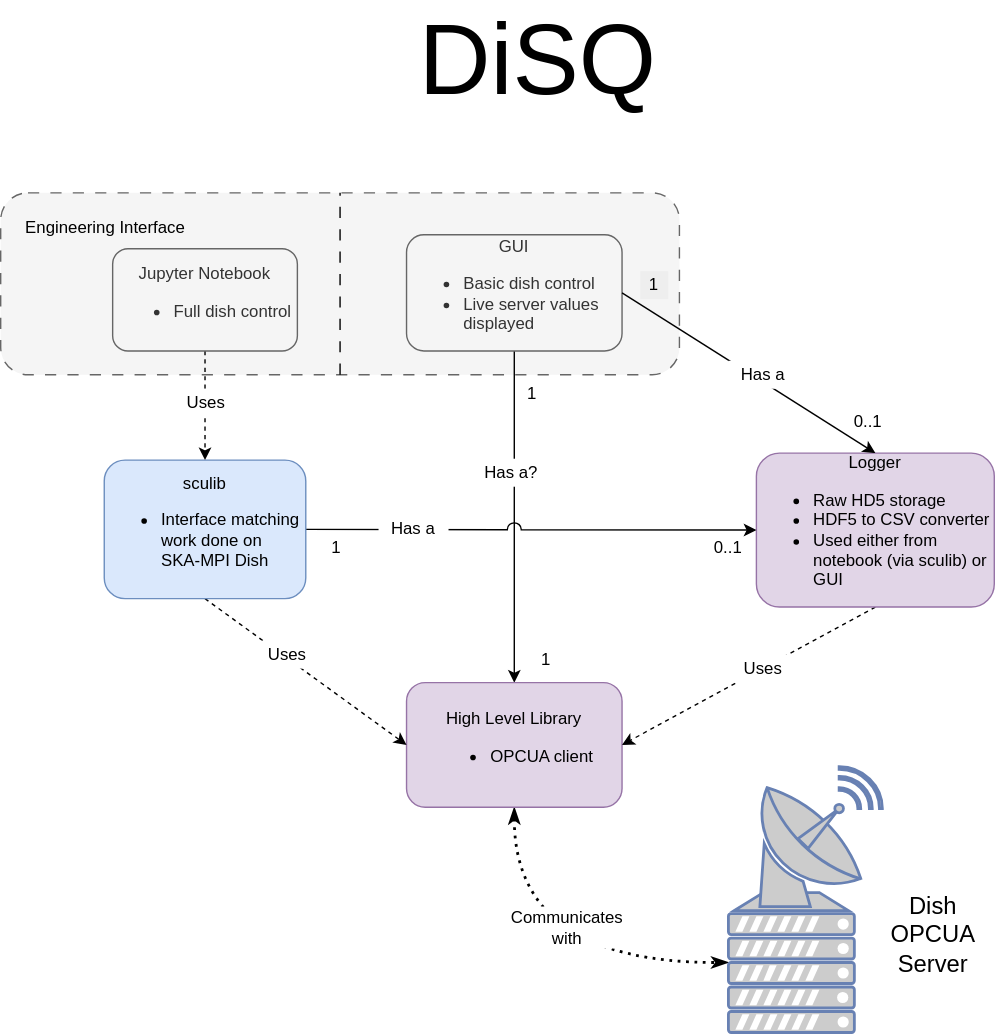
Above: docs/src/img/DiSQ_component_view.svg in ska-telescope/ska-mid-dish-qualification (draw.io), before the change. Source tidied: cells renumbered, new cells last; positions are measured from the earlier drawing's top-left corner, leaving out a move shared by most shapes. Its diagram source:
```xml
<mxGraphModel>
  <root>
    <mxCell id="0" />
    <mxCell id="1" parent="0" />
    <mxCell id="2" style="rounded=1;whiteSpace=wrap;html=1;fillColor=#f5f5f5;dashed=1;dashPattern=8 8;strokeColor=#666666;fontColor=#333333;" parent="1" vertex="1">
      <mxGeometry y="130" width="485" height="130" as="geometry" />
    </mxCell>
    <mxCell id="3" style="edgeStyle=orthogonalEdgeStyle;rounded=0;jettySize=auto;html=1;exitX=0.5;exitY=1;exitDx=0;exitDy=0;entryX=0.5;entryY=0;entryDx=0;entryDy=0;endArrow=classic;endFill=1;" parent="1" edge="1" source="4" target="7">
      <mxGeometry relative="1" as="geometry" />
    </mxCell>
    <mxCell id="4" value="GUI&lt;br&gt;&lt;ul&gt;&lt;li style=&quot;text-align: left;&quot;&gt;Basic dish control&lt;/li&gt;&lt;li style=&quot;text-align: left;&quot;&gt;Live server values displayed&lt;/li&gt;&lt;/ul&gt;" style="rounded=1;whiteSpace=wrap;html=1;fillColor=#f5f5f5;fontColor=#333333;strokeColor=#666666;" parent="1" vertex="1">
      <mxGeometry x="290" y="160" width="154" height="83" as="geometry" />
    </mxCell>
    <mxCell id="5" value="DiSQ" style="text;html=1;strokeColor=none;fillColor=none;align=center;verticalAlign=middle;whiteSpace=wrap;rounded=0;fontSize=71;" parent="1" vertex="1">
      <mxGeometry x="299" width="170" height="70" as="geometry" />
    </mxCell>
    <mxCell id="6" style="edgeStyle=orthogonalEdgeStyle;rounded=0;jettySize=auto;html=1;exitX=0.5;exitY=1;exitDx=0;exitDy=0;entryX=0;entryY=0.5;entryDx=0;entryDy=0;entryPerimeter=0;curved=1;dashed=1;dashPattern=1 2;strokeWidth=2;startArrow=classicThin;startFill=1;endArrow=classicThin;endFill=1;" parent="1" edge="1" source="7" target="22">
      <mxGeometry relative="1" as="geometry" />
    </mxCell>
    <mxCell id="7" value="High Level Library&lt;br&gt;&lt;ul&gt;&lt;li style=&quot;text-align: left;&quot;&gt;OPCUA client&lt;/li&gt;&lt;/ul&gt;" style="rounded=1;whiteSpace=wrap;html=1;fillColor=#e1d5e7;strokeColor=#9673a6;align=center;" parent="1" vertex="1">
      <mxGeometry x="290" y="480" width="154" height="89" as="geometry" />
    </mxCell>
    <mxCell id="8" style="rounded=0;jettySize=auto;html=1;exitX=0.5;exitY=1;exitDx=0;exitDy=0;entryX=1;entryY=0.5;entryDx=0;entryDy=0;dashed=1;" parent="1" edge="1" source="9" target="7">
      <mxGeometry relative="1" as="geometry" />
    </mxCell>
    <mxCell id="9" value="Logger&lt;br&gt;&lt;ul&gt;&lt;li style=&quot;text-align: left;&quot;&gt;Raw HD5 storage&lt;/li&gt;&lt;li style=&quot;text-align: left;&quot;&gt;HDF5 to CSV converter&lt;/li&gt;&lt;li style=&quot;text-align: left;&quot;&gt;Used either from notebook (via sculib) or GUI&lt;/li&gt;&lt;/ul&gt;&lt;div style=&quot;text-align: left;&quot;&gt;&lt;/div&gt;" style="rounded=1;whiteSpace=wrap;html=1;fillColor=#e1d5e7;strokeColor=#9673a6;" parent="1" vertex="1">
      <mxGeometry x="540" y="316" width="170" height="110" as="geometry" />
    </mxCell>
    <mxCell id="10" style="edgeStyle=orthogonalEdgeStyle;rounded=0;jettySize=auto;html=1;exitX=1;exitY=0.5;exitDx=0;exitDy=0;entryX=0;entryY=0.5;entryDx=0;entryDy=0;jumpStyle=arc;endArrow=classic;endFill=1;jumpSize=10;" parent="1" edge="1" source="12" target="9">
      <mxGeometry relative="1" as="geometry" />
    </mxCell>
    <mxCell id="11" style="rounded=0;jettySize=auto;html=1;exitX=0.5;exitY=1;exitDx=0;exitDy=0;entryX=0;entryY=0.5;entryDx=0;entryDy=0;dashed=1;" parent="1" edge="1" source="12" target="7">
      <mxGeometry relative="1" as="geometry" />
    </mxCell>
    <mxCell id="12" value="sculib&lt;br&gt;&lt;ul&gt;&lt;li style=&quot;text-align: left;&quot;&gt;Interface matching work done on SKA-MPI Dish&lt;/li&gt;&lt;/ul&gt;" style="rounded=1;whiteSpace=wrap;html=1;fillColor=#dae8fc;strokeColor=#6c8ebf;" parent="1" vertex="1">
      <mxGeometry x="74" y="321" width="144" height="99" as="geometry" />
    </mxCell>
    <mxCell id="13" style="edgeStyle=orthogonalEdgeStyle;rounded=0;jettySize=auto;html=1;exitX=0.5;exitY=1;exitDx=0;exitDy=0;entryX=0.5;entryY=0;entryDx=0;entryDy=0;dashed=1;" parent="1" edge="1" source="14" target="12">
      <mxGeometry relative="1" as="geometry" />
    </mxCell>
    <mxCell id="14" value="Jupyter Notebook&lt;br&gt;&lt;ul&gt;&lt;li style=&quot;text-align: left;&quot;&gt;Full dish control&lt;/li&gt;&lt;/ul&gt;" style="rounded=1;whiteSpace=wrap;html=1;fillColor=#f5f5f5;fontColor=#333333;strokeColor=#666666;" parent="1" vertex="1">
      <mxGeometry x="80" y="170" width="132" height="73" as="geometry" />
    </mxCell>
    <mxCell id="15" style="endArrow=none;html=1;rounded=0;entryX=1;entryY=0.5;entryDx=0;entryDy=0;exitX=0.5;exitY=0;exitDx=0;exitDy=0;endFill=0;startArrow=classic;startFill=1;" parent="1" edge="1" source="9" target="4">
      <mxGeometry relative="1" as="geometry" />
    </mxCell>
    <mxCell id="16" value="Engineering Interface" style="text;html=1;strokeColor=none;fillColor=none;align=center;verticalAlign=middle;whiteSpace=wrap;rounded=0;" parent="1" vertex="1">
      <mxGeometry x="10" y="140" width="130" height="30" as="geometry" />
    </mxCell>
    <mxCell id="17" value="Has a" style="text;html=1;strokeColor=none;fillColor=default;align=center;verticalAlign=middle;whiteSpace=wrap;rounded=0;" parent="1" vertex="1">
      <mxGeometry x="520" y="250" width="50" height="20" as="geometry" />
    </mxCell>
    <mxCell id="18" value="Has a?" style="text;html=1;strokeColor=none;fillColor=default;align=center;verticalAlign=middle;whiteSpace=wrap;rounded=0;" parent="1" vertex="1">
      <mxGeometry x="340" y="320" width="50" height="20" as="geometry" />
    </mxCell>
    <mxCell id="19" value="Uses" style="text;html=1;strokeColor=none;fillColor=default;align=center;verticalAlign=middle;whiteSpace=wrap;rounded=0;" parent="1" vertex="1">
      <mxGeometry x="520" y="460" width="50" height="20" as="geometry" />
    </mxCell>
    <mxCell id="20" value="Uses" style="text;html=1;strokeColor=none;fillColor=default;align=center;verticalAlign=middle;whiteSpace=wrap;rounded=0;" parent="1" vertex="1">
      <mxGeometry x="180" y="450" width="50" height="20" as="geometry" />
    </mxCell>
    <mxCell id="21" value="Uses" style="text;html=1;strokeColor=none;fillColor=default;align=center;verticalAlign=middle;whiteSpace=wrap;rounded=0;" parent="1" vertex="1">
      <mxGeometry x="122" y="270" width="50" height="20" as="geometry" />
    </mxCell>
    <mxCell id="22" style="fontColor=#0066CC;verticalAlign=top;verticalLabelPosition=bottom;labelPosition=center;align=center;html=1;outlineConnect=0;fillColor=#CCCCCC;strokeColor=#6881B3;gradientColor=none;gradientDirection=north;strokeWidth=2;shape=mxgraph.networks.server;" parent="1" vertex="1">
      <mxGeometry x="520" y="630" width="90" height="100" as="geometry" />
    </mxCell>
    <mxCell id="23" style="endArrow=none;dashed=1;html=1;rounded=0;dashPattern=8 8;entryX=0.5;entryY=0;entryDx=0;entryDy=0;exitX=0.5;exitY=1;exitDx=0;exitDy=0;" parent="1" edge="1" source="2" target="2">
      <mxGeometry relative="1" as="geometry" />
    </mxCell>
    <mxCell id="24" value="Dish OPCUA Server" style="text;html=1;strokeColor=none;fillColor=none;align=center;verticalAlign=middle;whiteSpace=wrap;rounded=0;fontSize=17;" parent="1" vertex="1">
      <mxGeometry x="630" y="620" width="72.5" height="81" as="geometry" />
    </mxCell>
    <mxCell id="25" style="fontColor=#0066CC;verticalAlign=top;verticalLabelPosition=bottom;labelPosition=center;align=center;html=1;fillColor=#CCCCCC;strokeColor=#6881B3;gradientColor=none;gradientDirection=north;strokeWidth=2;shape=mxgraph.networks.satellite_dish;" parent="1" vertex="1">
      <mxGeometry x="540" y="540" width="90" height="100" as="geometry" />
    </mxCell>
    <mxCell id="26" value="Has a" style="text;html=1;strokeColor=none;fillColor=default;align=center;verticalAlign=middle;whiteSpace=wrap;rounded=0;" parent="1" vertex="1">
      <mxGeometry x="270" y="360" width="50" height="20" as="geometry" />
    </mxCell>
    <mxCell id="27" value="Communicates with" style="text;html=1;strokeColor=none;fillColor=default;align=center;verticalAlign=middle;whiteSpace=wrap;rounded=0;" parent="1" vertex="1">
      <mxGeometry x="370" y="640" width="70" height="30" as="geometry" />
    </mxCell>
    <mxCell id="28" value="1" style="text;html=1;strokeColor=none;fillColor=default;align=center;verticalAlign=middle;whiteSpace=wrap;rounded=0;" parent="1" vertex="1">
      <mxGeometry x="230" y="374" width="20" height="20" as="geometry" />
    </mxCell>
    <mxCell id="29" value="1" style="text;html=1;strokeColor=none;fillColor=default;align=center;verticalAlign=middle;whiteSpace=wrap;rounded=0;" parent="1" vertex="1">
      <mxGeometry x="370" y="264" width="20" height="20" as="geometry" />
    </mxCell>
    <mxCell id="30" value="1" style="text;html=1;strokeColor=none;fillColor=#eeeeee;align=center;verticalAlign=middle;whiteSpace=wrap;rounded=0;" parent="1" vertex="1">
      <mxGeometry x="457" y="186" width="20" height="20" as="geometry" />
    </mxCell>
    <mxCell id="31" value="1" style="text;html=1;strokeColor=none;fillColor=default;align=center;verticalAlign=middle;whiteSpace=wrap;rounded=0;" parent="1" vertex="1">
      <mxGeometry x="380" y="454" width="20" height="20" as="geometry" />
    </mxCell>
    <mxCell id="32" value="0..1" style="text;html=1;strokeColor=none;fillColor=default;align=center;verticalAlign=middle;whiteSpace=wrap;rounded=0;" parent="1" vertex="1">
      <mxGeometry x="510" y="374" width="20" height="20" as="geometry" />
    </mxCell>
    <mxCell id="33" value="0..1" style="text;html=1;strokeColor=none;fillColor=default;align=center;verticalAlign=middle;whiteSpace=wrap;rounded=0;" parent="1" vertex="1">
      <mxGeometry x="610" y="284" width="20" height="20" as="geometry" />
    </mxCell>
  </root>
</mxGraphModel>
```
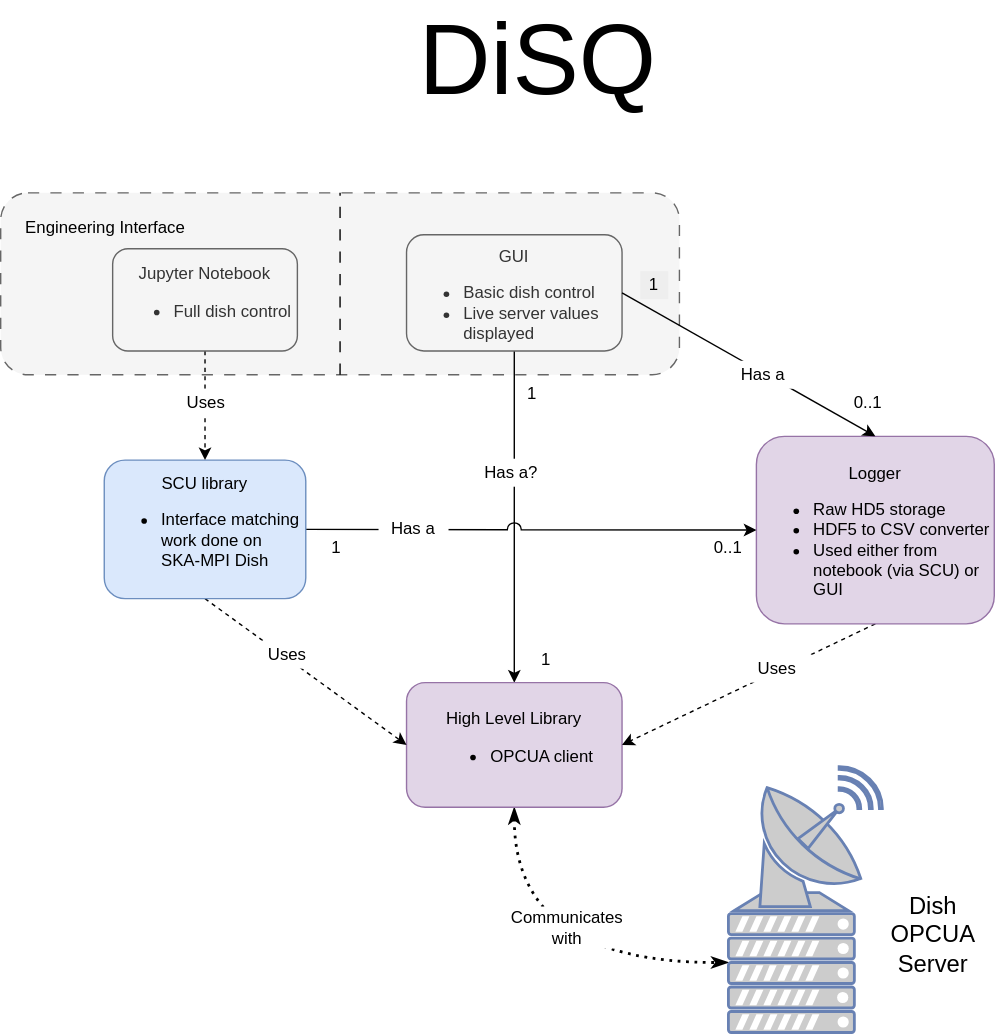
After the change.

Commit message:
WOM-192: Update docs index, headings and add logger autodoc

What changed in the source:
```diff
@@ -8,7 +8,7 @@
     <mxCell id="3" style="edgeStyle=orthogonalEdgeStyle;rounded=0;jettySize=auto;html=1;exitX=0.5;exitY=1;exitDx=0;exitDy=0;entryX=0.5;entryY=0;entryDx=0;entryDy=0;endArrow=classic;endFill=1;" parent="1" edge="1" source="4" target="7">
       <mxGeometry relative="1" as="geometry" />
     </mxCell>
-    <mxCell id="4" value="GUI&lt;br&gt;&lt;ul&gt;&lt;li style=&quot;text-align: left;&quot;&gt;Basic dish control&lt;/li&gt;&lt;li style=&quot;text-align: left;&quot;&gt;Live server values displayed&lt;/li&gt;&lt;/ul&gt;" style="rounded=1;whiteSpace=wrap;html=1;fillColor=#f5f5f5;fontColor=#333333;strokeColor=#666666;" parent="1" vertex="1">
+    <mxCell id="4" value="&lt;br&gt;GUI&lt;br&gt;&lt;ul&gt;&lt;li style=&quot;text-align: left;&quot;&gt;Basic dish control&lt;/li&gt;&lt;li style=&quot;text-align: left;&quot;&gt;Live server values displayed&lt;/li&gt;&lt;/ul&gt;" style="rounded=1;whiteSpace=wrap;html=1;fillColor=#f5f5f5;fontColor=#333333;strokeColor=#666666;" parent="1" vertex="1">
       <mxGeometry x="290" y="160" width="154" height="83" as="geometry" />
     </mxCell>
     <mxCell id="5" value="DiSQ" style="text;html=1;strokeColor=none;fillColor=none;align=center;verticalAlign=middle;whiteSpace=wrap;rounded=0;fontSize=71;" parent="1" vertex="1">
@@ -23,8 +23,8 @@
     <mxCell id="8" style="rounded=0;jettySize=auto;html=1;exitX=0.5;exitY=1;exitDx=0;exitDy=0;entryX=1;entryY=0.5;entryDx=0;entryDy=0;dashed=1;" parent="1" edge="1" source="9" target="7">
       <mxGeometry relative="1" as="geometry" />
     </mxCell>
-    <mxCell id="9" value="Logger&lt;br&gt;&lt;ul&gt;&lt;li style=&quot;text-align: left;&quot;&gt;Raw HD5 storage&lt;/li&gt;&lt;li style=&quot;text-align: left;&quot;&gt;HDF5 to CSV converter&lt;/li&gt;&lt;li style=&quot;text-align: left;&quot;&gt;Used either from notebook (via sculib) or GUI&lt;/li&gt;&lt;/ul&gt;&lt;div style=&quot;text-align: left;&quot;&gt;&lt;/div&gt;" style="rounded=1;whiteSpace=wrap;html=1;fillColor=#e1d5e7;strokeColor=#9673a6;" parent="1" vertex="1">
-      <mxGeometry x="540" y="316" width="170" height="110" as="geometry" />
+    <mxCell id="9" value="&lt;br&gt;Logger&lt;br&gt;&lt;ul&gt;&lt;li style=&quot;text-align: left;&quot;&gt;Raw HD5 storage&lt;/li&gt;&lt;li style=&quot;text-align: left;&quot;&gt;HDF5 to CSV converter&lt;/li&gt;&lt;li style=&quot;text-align: left;&quot;&gt;Used either from notebook (via SCU) or GUI&lt;/li&gt;&lt;/ul&gt;&lt;div style=&quot;text-align: left;&quot;&gt;&lt;/div&gt;" style="rounded=1;whiteSpace=wrap;html=1;fillColor=#e1d5e7;strokeColor=#9673a6;" parent="1" vertex="1">
+      <mxGeometry x="540" y="304" width="170" height="134" as="geometry" />
     </mxCell>
     <mxCell id="10" style="edgeStyle=orthogonalEdgeStyle;rounded=0;jettySize=auto;html=1;exitX=1;exitY=0.5;exitDx=0;exitDy=0;entryX=0;entryY=0.5;entryDx=0;entryDy=0;jumpStyle=arc;endArrow=classic;endFill=1;jumpSize=10;" parent="1" edge="1" source="12" target="9">
       <mxGeometry relative="1" as="geometry" />
@@ -32,7 +32,7 @@
     <mxCell id="11" style="rounded=0;jettySize=auto;html=1;exitX=0.5;exitY=1;exitDx=0;exitDy=0;entryX=0;entryY=0.5;entryDx=0;entryDy=0;dashed=1;" parent="1" edge="1" source="12" target="7">
       <mxGeometry relative="1" as="geometry" />
     </mxCell>
-    <mxCell id="12" value="sculib&lt;br&gt;&lt;ul&gt;&lt;li style=&quot;text-align: left;&quot;&gt;Interface matching work done on SKA-MPI Dish&lt;/li&gt;&lt;/ul&gt;" style="rounded=1;whiteSpace=wrap;html=1;fillColor=#dae8fc;strokeColor=#6c8ebf;" parent="1" vertex="1">
+    <mxCell id="12" value="SCU library&lt;br&gt;&lt;ul&gt;&lt;li style=&quot;text-align: left;&quot;&gt;Interface matching work done on SKA-MPI Dish&lt;/li&gt;&lt;/ul&gt;" style="rounded=1;whiteSpace=wrap;html=1;fillColor=#dae8fc;strokeColor=#6c8ebf;" parent="1" vertex="1">
       <mxGeometry x="74" y="321" width="144" height="99" as="geometry" />
     </mxCell>
     <mxCell id="13" style="edgeStyle=orthogonalEdgeStyle;rounded=0;jettySize=auto;html=1;exitX=0.5;exitY=1;exitDx=0;exitDy=0;entryX=0.5;entryY=0;entryDx=0;entryDy=0;dashed=1;" parent="1" edge="1" source="14" target="12">
@@ -54,7 +54,7 @@
       <mxGeometry x="340" y="320" width="50" height="20" as="geometry" />
     </mxCell>
     <mxCell id="19" value="Uses" style="text;html=1;strokeColor=none;fillColor=default;align=center;verticalAlign=middle;whiteSpace=wrap;rounded=0;" parent="1" vertex="1">
-      <mxGeometry x="520" y="460" width="50" height="20" as="geometry" />
+      <mxGeometry x="530" y="460" width="50" height="20" as="geometry" />
     </mxCell>
     <mxCell id="20" value="Uses" style="text;html=1;strokeColor=none;fillColor=default;align=center;verticalAlign=middle;whiteSpace=wrap;rounded=0;" parent="1" vertex="1">
       <mxGeometry x="180" y="450" width="50" height="20" as="geometry" />
@@ -96,7 +96,7 @@
       <mxGeometry x="510" y="374" width="20" height="20" as="geometry" />
     </mxCell>
     <mxCell id="33" value="0..1" style="text;html=1;strokeColor=none;fillColor=default;align=center;verticalAlign=middle;whiteSpace=wrap;rounded=0;" parent="1" vertex="1">
-      <mxGeometry x="610" y="284" width="20" height="20" as="geometry" />
+      <mxGeometry x="610" y="270" width="20" height="20" as="geometry" />
     </mxCell>
   </root>
 </mxGraphModel>
```
